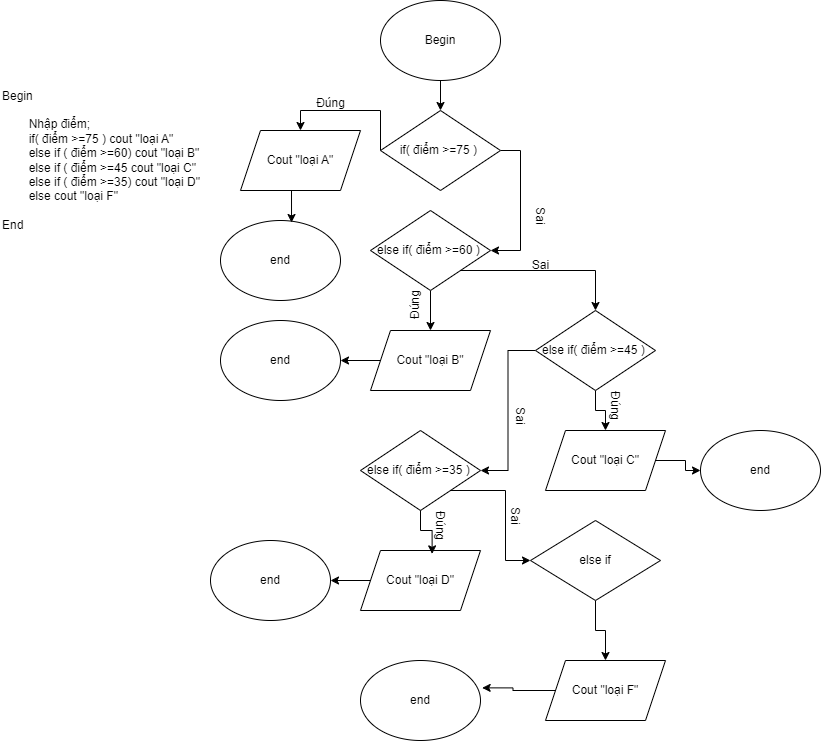
This is day_3/Cau truc dieu kien.drawio.png from giabao1101/C0924G1-TranGiaBao, a draw.io export, as it was before one commit. Source tidied: cells renumbered, new cells last; positions are measured from the earlier drawing's top-left corner, leaving out a move shared by most shapes.
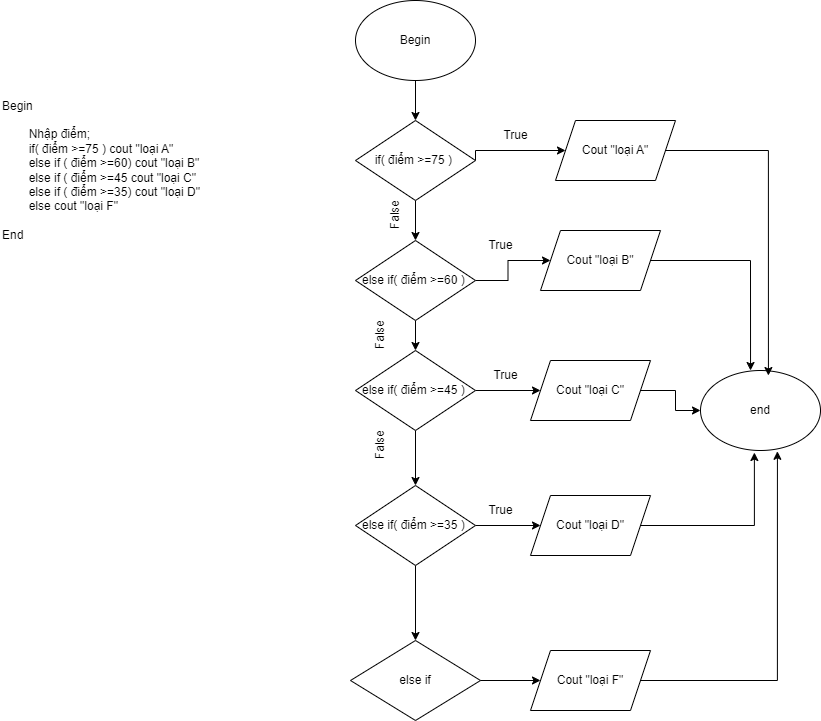
The same diagram one commit later.

The edit, as a diff of the source:
```diff
@@ -6,126 +6,110 @@
       <mxGeometry relative="1" as="geometry" />
     </mxCell>
     <mxCell id="3" value="Begin" style="ellipse;whiteSpace=wrap;html=1;" parent="1" vertex="1">
-      <mxGeometry x="380" width="120" height="80" as="geometry" />
+      <mxGeometry x="355" y="-10" width="120" height="80" as="geometry" />
     </mxCell>
     <mxCell id="4" value="Begin&lt;div&gt;&lt;span style=&quot;white-space: pre;&quot;&gt;&#9;&lt;/span&gt;&lt;br&gt;&lt;/div&gt;&lt;div&gt;&lt;span style=&quot;white-space: pre;&quot;&gt;&#9;&lt;/span&gt;Nhập điểm;&lt;br&gt;&lt;/div&gt;&lt;div&gt;&lt;span style=&quot;white-space: pre;&quot;&gt;&#9;&lt;/span&gt;if( điểm &amp;gt;=75 ) cout &quot;loại A&quot;&lt;br&gt;&lt;/div&gt;&lt;div&gt;&lt;span style=&quot;white-space: pre;&quot;&gt;&#9;&lt;/span&gt;else if ( điểm &amp;gt;=60) cout &quot;loại B&quot;&lt;br&gt;&lt;/div&gt;&lt;div&gt;&lt;span style=&quot;white-space: pre;&quot;&gt;&#9;&lt;/span&gt;else if ( điểm &amp;gt;=45 cout &quot;loại C&quot;&lt;br&gt;&lt;/div&gt;&lt;div&gt;&lt;span style=&quot;white-space: pre;&quot;&gt;&#9;&lt;/span&gt;else if ( điểm &amp;gt;=35) cout &quot;loại D&quot;&lt;br&gt;&lt;/div&gt;&lt;div&gt;&lt;span style=&quot;white-space: pre;&quot;&gt;&#9;&lt;/span&gt;else cout &quot;loại F&quot;&lt;br&gt;&lt;/div&gt;&lt;div&gt;&lt;br&gt;&lt;/div&gt;&lt;div&gt;End&lt;/div&gt;" style="text;html=1;align=left;verticalAlign=middle;strokeColor=none;fillColor=none;" parent="1" vertex="1">
       <mxGeometry y="80" width="220" height="160" as="geometry" />
     </mxCell>
+    <mxCell id="6" style="edgeStyle=orthogonalEdgeStyle;rounded=0;jettySize=auto;html=1;exitX=0.5;exitY=1;exitDx=0;exitDy=0;entryX=0.5;entryY=0;entryDx=0;entryDy=0;" parent="1" edge="1" source="7" target="13">
+      <mxGeometry relative="1" as="geometry" />
+    </mxCell>
-    <mxCell id="5" style="edgeStyle=orthogonalEdgeStyle;rounded=0;jettySize=auto;html=1;exitX=0.5;exitY=1;exitDx=0;exitDy=0;entryX=0.5;entryY=0;entryDx=0;entryDy=0;" parent="1" edge="1" source="7" target="19">
+    <mxCell id="5" style="edgeStyle=orthogonalEdgeStyle;rounded=0;jettySize=auto;html=1;" parent="1" edge="1" source="7" target="19">
       <mxGeometry relative="1" as="geometry" />
     </mxCell>
-    <mxCell id="6" style="edgeStyle=orthogonalEdgeStyle;rounded=0;jettySize=auto;html=1;exitX=1;exitY=1;exitDx=0;exitDy=0;entryX=0.5;entryY=0;entryDx=0;entryDy=0;" parent="1" edge="1" source="7" target="13">
-      <mxGeometry relative="1" as="geometry" />
-    </mxCell>
     <mxCell id="7" value="&lt;span style=&quot;text-align: left; text-wrap: nowrap;&quot;&gt;else if( điểm &amp;gt;=60 )&amp;nbsp;&lt;/span&gt;" style="rhombus;whiteSpace=wrap;html=1;" parent="1" vertex="1">
-      <mxGeometry x="370" y="210" width="120" height="80" as="geometry" />
+      <mxGeometry x="355" y="230" width="120" height="80" as="geometry" />
     </mxCell>
-    <mxCell id="8" style="edgeStyle=orthogonalEdgeStyle;rounded=0;jettySize=auto;html=1;exitX=0;exitY=0.5;exitDx=0;exitDy=0;entryX=0.5;entryY=0;entryDx=0;entryDy=0;" parent="1" edge="1" source="10" target="23">
+    <mxCell id="8" style="edgeStyle=orthogonalEdgeStyle;rounded=0;jettySize=auto;html=1;exitX=1;exitY=0.5;exitDx=0;exitDy=0;entryX=0;entryY=0.5;entryDx=0;entryDy=0;" parent="1" edge="1" source="10" target="23">
       <mxGeometry relative="1" as="geometry">
         <Array as="points">
-          <mxPoint x="380" y="110" />
-          <mxPoint x="300" y="110" />
+          <mxPoint x="475" y="140" />
         </Array>
       </mxGeometry>
     </mxCell>
-    <mxCell id="9" style="edgeStyle=orthogonalEdgeStyle;rounded=0;jettySize=auto;html=1;exitX=1;exitY=0.5;exitDx=0;exitDy=0;entryX=1;entryY=0.5;entryDx=0;entryDy=0;" parent="1" edge="1" source="10" target="7">
+    <mxCell id="9" style="edgeStyle=orthogonalEdgeStyle;rounded=0;jettySize=auto;html=1;exitX=0.5;exitY=1;exitDx=0;exitDy=0;entryX=0.5;entryY=0;entryDx=0;entryDy=0;" parent="1" edge="1" source="10" target="7">
       <mxGeometry relative="1" as="geometry" />
     </mxCell>
     <mxCell id="10" value="&lt;span style=&quot;text-align: left; text-wrap: nowrap;&quot;&gt;if( điểm &amp;gt;=75 )&amp;nbsp;&lt;/span&gt;" style="rhombus;whiteSpace=wrap;html=1;" parent="1" vertex="1">
-      <mxGeometry x="380" y="110" width="120" height="80" as="geometry" />
+      <mxGeometry x="355" y="110" width="120" height="80" as="geometry" />
     </mxCell>
-    <mxCell id="11" style="edgeStyle=orthogonalEdgeStyle;rounded=0;jettySize=auto;html=1;exitX=0.5;exitY=1;exitDx=0;exitDy=0;entryX=0.5;entryY=0;entryDx=0;entryDy=0;" parent="1" edge="1" source="13" target="22">
+    <mxCell id="11" style="edgeStyle=orthogonalEdgeStyle;rounded=0;jettySize=auto;html=1;exitX=1;exitY=0.5;exitDx=0;exitDy=0;entryX=0;entryY=0.5;entryDx=0;entryDy=0;" parent="1" edge="1" source="13" target="22">
       <mxGeometry relative="1" as="geometry" />
     </mxCell>
-    <mxCell id="12" style="edgeStyle=orthogonalEdgeStyle;rounded=0;jettySize=auto;html=1;exitX=0;exitY=0.5;exitDx=0;exitDy=0;entryX=1;entryY=0.5;entryDx=0;entryDy=0;" parent="1" edge="1" source="13" target="15">
+    <mxCell id="12" style="edgeStyle=orthogonalEdgeStyle;rounded=0;jettySize=auto;html=1;exitX=0.5;exitY=1;exitDx=0;exitDy=0;entryX=0.5;entryY=0;entryDx=0;entryDy=0;" parent="1" edge="1" source="13" target="15">
       <mxGeometry relative="1" as="geometry" />
     </mxCell>
     <mxCell id="13" value="&lt;span style=&quot;text-align: left; text-wrap: nowrap;&quot;&gt;else if( điểm &amp;gt;=45 )&amp;nbsp;&lt;/span&gt;" style="rhombus;whiteSpace=wrap;html=1;" parent="1" vertex="1">
-      <mxGeometry x="535" y="310" width="120" height="80" as="geometry" />
+      <mxGeometry x="355" y="340" width="120" height="80" as="geometry" />
     </mxCell>
-    <mxCell id="14" style="edgeStyle=orthogonalEdgeStyle;rounded=0;jettySize=auto;html=1;exitX=1;exitY=1;exitDx=0;exitDy=0;entryX=0;entryY=0.5;entryDx=0;entryDy=0;" parent="1" edge="1" source="15" target="25">
+    <mxCell id="14" style="edgeStyle=orthogonalEdgeStyle;rounded=0;jettySize=auto;html=1;exitX=0.5;exitY=1;exitDx=0;exitDy=0;" parent="1" edge="1" source="15" target="25">
       <mxGeometry relative="1" as="geometry" />
     </mxCell>
+    <mxCell id="27" style="edgeStyle=orthogonalEdgeStyle;rounded=0;jettySize=auto;html=1;" parent="1" edge="1" source="15" target="17">
+      <mxGeometry relative="1" as="geometry" />
+    </mxCell>
     <mxCell id="15" value="&lt;span style=&quot;text-align: left; text-wrap: nowrap;&quot;&gt;else if( điểm &amp;gt;=35 )&amp;nbsp;&lt;/span&gt;" style="rhombus;whiteSpace=wrap;html=1;" parent="1" vertex="1">
-      <mxGeometry x="360" y="430" width="120" height="80" as="geometry" />
+      <mxGeometry x="355" y="475" width="120" height="80" as="geometry" />
     </mxCell>
-    <mxCell id="16" style="edgeStyle=orthogonalEdgeStyle;rounded=0;jettySize=auto;html=1;exitX=0;exitY=0.5;exitDx=0;exitDy=0;entryX=1;entryY=0.5;entryDx=0;entryDy=0;" parent="1" edge="1" source="17" target="37">
-      <mxGeometry relative="1" as="geometry" />
-    </mxCell>
     <mxCell id="17" value="Cout &quot;loại D&quot;" style="shape=parallelogram;perimeter=parallelogramPerimeter;whiteSpace=wrap;html=1;fixedSize=1;" parent="1" vertex="1">
-      <mxGeometry x="360" y="550" width="120" height="60" as="geometry" />
+      <mxGeometry x="530" y="485" width="120" height="60" as="geometry" />
     </mxCell>
-    <mxCell id="18" style="edgeStyle=orthogonalEdgeStyle;rounded=0;jettySize=auto;html=1;exitX=0;exitY=0.5;exitDx=0;exitDy=0;entryX=1;entryY=0.5;entryDx=0;entryDy=0;" parent="1" edge="1" source="19" target="38">
-      <mxGeometry relative="1" as="geometry" />
-    </mxCell>
     <mxCell id="19" value="Cout &quot;loại B&quot;" style="shape=parallelogram;perimeter=parallelogramPerimeter;whiteSpace=wrap;html=1;fixedSize=1;" parent="1" vertex="1">
-      <mxGeometry x="370" y="330" width="120" height="60" as="geometry" />
+      <mxGeometry x="540" y="220" width="120" height="60" as="geometry" />
     </mxCell>
     <mxCell id="20" value="Cout &quot;loại F&quot;" style="shape=parallelogram;perimeter=parallelogramPerimeter;whiteSpace=wrap;html=1;fixedSize=1;" parent="1" vertex="1">
-      <mxGeometry x="545" y="660" width="120" height="60" as="geometry" />
+      <mxGeometry x="530" y="640" width="120" height="60" as="geometry" />
     </mxCell>
     <mxCell id="21" style="edgeStyle=orthogonalEdgeStyle;rounded=0;jettySize=auto;html=1;exitX=1;exitY=0.5;exitDx=0;exitDy=0;entryX=0;entryY=0.5;entryDx=0;entryDy=0;" parent="1" edge="1" source="22" target="40">
       <mxGeometry relative="1" as="geometry" />
     </mxCell>
     <mxCell id="22" value="Cout &quot;loại C&quot;" style="shape=parallelogram;perimeter=parallelogramPerimeter;whiteSpace=wrap;html=1;fixedSize=1;" parent="1" vertex="1">
-      <mxGeometry x="545" y="430" width="120" height="60" as="geometry" />
+      <mxGeometry x="530" y="350" width="120" height="60" as="geometry" />
     </mxCell>
     <mxCell id="23" value="Cout &quot;loại A&quot;" style="shape=parallelogram;perimeter=parallelogramPerimeter;whiteSpace=wrap;html=1;fixedSize=1;" parent="1" vertex="1">
-      <mxGeometry x="240" y="130" width="120" height="60" as="geometry" />
+      <mxGeometry x="555" y="110" width="120" height="60" as="geometry" />
     </mxCell>
-    <mxCell id="24" style="edgeStyle=orthogonalEdgeStyle;rounded=0;jettySize=auto;html=1;exitX=0.5;exitY=1;exitDx=0;exitDy=0;entryX=0.5;entryY=0;entryDx=0;entryDy=0;" parent="1" edge="1" source="25" target="20">
+    <mxCell id="24" style="edgeStyle=orthogonalEdgeStyle;rounded=0;jettySize=auto;html=1;" parent="1" edge="1" source="25" target="20">
       <mxGeometry relative="1" as="geometry" />
     </mxCell>
     <mxCell id="25" value="else if" style="rhombus;whiteSpace=wrap;html=1;" parent="1" vertex="1">
-      <mxGeometry x="530" y="520" width="130" height="80" as="geometry" />
+      <mxGeometry x="350" y="630" width="130" height="80" as="geometry" />
     </mxCell>
-    <mxCell id="26" value="end" style="ellipse;whiteSpace=wrap;html=1;" parent="1" vertex="1">
-      <mxGeometry x="360" y="660" width="120" height="80" as="geometry" />
-    </mxCell>
-    <mxCell id="27" style="edgeStyle=orthogonalEdgeStyle;rounded=0;jettySize=auto;html=1;exitX=0.5;exitY=1;exitDx=0;exitDy=0;entryX=0.597;entryY=0.056;entryDx=0;entryDy=0;entryPerimeter=0;" parent="1" edge="1" source="15" target="17">
-      <mxGeometry relative="1" as="geometry" />
-    </mxCell>
-    <mxCell id="28" style="edgeStyle=orthogonalEdgeStyle;rounded=0;jettySize=auto;html=1;exitX=0;exitY=0.5;exitDx=0;exitDy=0;entryX=1.014;entryY=0.342;entryDx=0;entryDy=0;entryPerimeter=0;" parent="1" edge="1" source="20" target="26">
-      <mxGeometry relative="1" as="geometry" />
-    </mxCell>
-    <mxCell id="29" value="Đúng" style="text;html=1;align=center;verticalAlign=middle;strokeColor=none;fillColor=none;" parent="1" vertex="1">
-      <mxGeometry x="305" y="88" width="50" height="30" as="geometry" />
-    </mxCell>
-    <mxCell id="30" value="Đúng" style="text;html=1;align=center;verticalAlign=middle;strokeColor=none;fillColor=none;rotation=270;" parent="1" vertex="1">
-      <mxGeometry x="390" y="290" width="50" height="30" as="geometry" />
-    </mxCell>
-    <mxCell id="31" value="Đúng" style="text;html=1;align=center;verticalAlign=middle;strokeColor=none;fillColor=none;rotation=90;" parent="1" vertex="1">
-      <mxGeometry x="590" y="390" width="50" height="30" as="geometry" />
-    </mxCell>
-    <mxCell id="32" value="Đúng" style="text;html=1;align=center;verticalAlign=middle;strokeColor=none;fillColor=none;rotation=90;" parent="1" vertex="1">
-      <mxGeometry x="415" y="510" width="50" height="30" as="geometry" />
-    </mxCell>
-    <mxCell id="33" value="Sai" style="text;html=1;align=center;verticalAlign=middle;strokeColor=none;fillColor=none;rotation=90;" parent="1" vertex="1">
-      <mxGeometry x="520" y="200" width="40" height="30" as="geometry" />
-    </mxCell>
-    <mxCell id="34" value="Sai" style="text;html=1;align=center;verticalAlign=middle;strokeColor=none;fillColor=none;rotation=0;" parent="1" vertex="1">
-      <mxGeometry x="520" y="250" width="40" height="30" as="geometry" />
-    </mxCell>
-    <mxCell id="35" value="Sai" style="text;html=1;align=center;verticalAlign=middle;strokeColor=none;fillColor=none;rotation=90;" parent="1" vertex="1">
-      <mxGeometry x="500" y="400" width="40" height="30" as="geometry" />
-    </mxCell>
-    <mxCell id="36" value="Sai" style="text;html=1;align=center;verticalAlign=middle;strokeColor=none;fillColor=none;rotation=90;" parent="1" vertex="1">
-      <mxGeometry x="495" y="500" width="40" height="30" as="geometry" />
-    </mxCell>
-    <mxCell id="37" value="end" style="ellipse;whiteSpace=wrap;html=1;" parent="1" vertex="1">
-      <mxGeometry x="210" y="540" width="120" height="80" as="geometry" />
-    </mxCell>
-    <mxCell id="38" value="end" style="ellipse;whiteSpace=wrap;html=1;" parent="1" vertex="1">
-      <mxGeometry x="220" y="320" width="120" height="80" as="geometry" />
-    </mxCell>
-    <mxCell id="39" value="end" style="ellipse;whiteSpace=wrap;html=1;" parent="1" vertex="1">
-      <mxGeometry x="220" y="220" width="120" height="80" as="geometry" />
-    </mxCell>
     <mxCell id="40" value="end" style="ellipse;whiteSpace=wrap;html=1;" parent="1" vertex="1">
-      <mxGeometry x="700" y="430" width="120" height="80" as="geometry" />
+      <mxGeometry x="700" y="360" width="120" height="80" as="geometry" />
     </mxCell>
-    <mxCell id="41" style="edgeStyle=orthogonalEdgeStyle;rounded=0;jettySize=auto;html=1;exitX=0.5;exitY=1;exitDx=0;exitDy=0;entryX=0.592;entryY=0.025;entryDx=0;entryDy=0;entryPerimeter=0;" parent="1" edge="1" source="23" target="39">
-      <mxGeometry relative="1" as="geometry" />
-    </mxCell>
+    <mxCell id="42" value="True" style="text;html=1;align=center;verticalAlign=middle;strokeColor=none;fillColor=none;" parent="1" vertex="1">
+      <mxGeometry x="490" y="110" width="50" height="30" as="geometry" />
+    </mxCell>
+    <mxCell id="43" value="True" style="text;html=1;align=center;verticalAlign=middle;strokeColor=none;fillColor=none;" parent="1" vertex="1">
+      <mxGeometry x="475" y="485" width="50" height="30" as="geometry" />
+    </mxCell>
+    <mxCell id="44" value="True" style="text;html=1;align=center;verticalAlign=middle;strokeColor=none;fillColor=none;" parent="1" vertex="1">
+      <mxGeometry x="480" y="350" width="50" height="30" as="geometry" />
+    </mxCell>
+    <mxCell id="45" value="True" style="text;html=1;align=center;verticalAlign=middle;strokeColor=none;fillColor=none;" parent="1" vertex="1">
+      <mxGeometry x="475" y="220" width="50" height="30" as="geometry" />
+    </mxCell>
+    <mxCell id="46" value="False" style="text;html=1;align=center;verticalAlign=middle;strokeColor=none;fillColor=none;rotation=270;" parent="1" vertex="1">
+      <mxGeometry x="370" y="190" width="50" height="30" as="geometry" />
+    </mxCell>
+    <mxCell id="47" value="False" style="text;html=1;align=center;verticalAlign=middle;strokeColor=none;fillColor=none;rotation=270;" parent="1" vertex="1">
+      <mxGeometry x="355" y="420" width="50" height="30" as="geometry" />
+    </mxCell>
+    <mxCell id="48" value="False" style="text;html=1;align=center;verticalAlign=middle;strokeColor=none;fillColor=none;rotation=270;" parent="1" vertex="1">
+      <mxGeometry x="355" y="310" width="50" height="30" as="geometry" />
+    </mxCell>
+    <mxCell id="49" style="edgeStyle=orthogonalEdgeStyle;rounded=0;jettySize=auto;html=1;exitX=1;exitY=0.5;exitDx=0;exitDy=0;entryX=0.566;entryY=0.063;entryDx=0;entryDy=0;entryPerimeter=0;" parent="1" edge="1" source="23" target="40">
+      <mxGeometry relative="1" as="geometry" />
+    </mxCell>
+    <mxCell id="50" style="edgeStyle=orthogonalEdgeStyle;rounded=0;jettySize=auto;html=1;exitX=1;exitY=0.5;exitDx=0;exitDy=0;entryX=0.417;entryY=0;entryDx=0;entryDy=0;entryPerimeter=0;" parent="1" edge="1" source="19" target="40">
+      <mxGeometry relative="1" as="geometry" />
+    </mxCell>
+    <mxCell id="51" style="edgeStyle=orthogonalEdgeStyle;rounded=0;jettySize=auto;html=1;exitX=1;exitY=0.5;exitDx=0;exitDy=0;entryX=0.449;entryY=1.025;entryDx=0;entryDy=0;entryPerimeter=0;" parent="1" edge="1" source="17" target="40">
+      <mxGeometry relative="1" as="geometry" />
+    </mxCell>
+    <mxCell id="52" style="edgeStyle=orthogonalEdgeStyle;rounded=0;jettySize=auto;html=1;exitX=1;exitY=0.5;exitDx=0;exitDy=0;entryX=0.641;entryY=1.01;entryDx=0;entryDy=0;entryPerimeter=0;" parent="1" edge="1" source="20" target="40">
+      <mxGeometry relative="1" as="geometry" />
+    </mxCell>
   </root>
 </mxGraphModel>
```
